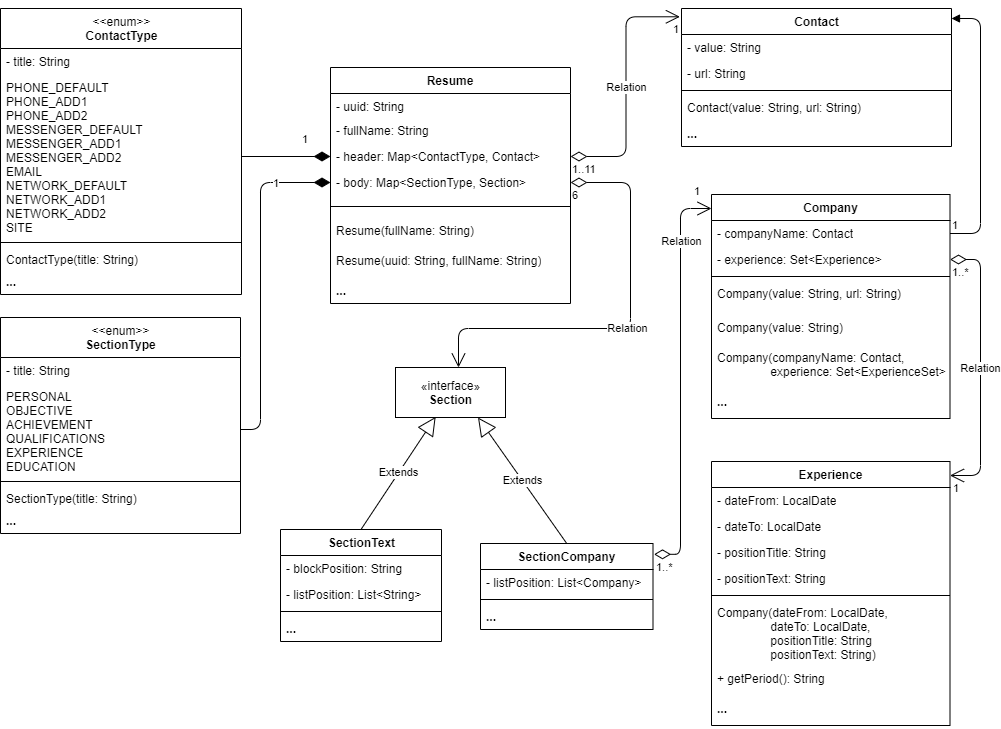
Above: Resource/ModelResume.png in Random280921/basejava (draw.io), before the change. Source tidied: cells renumbered, new cells last; positions are measured from the earlier drawing's top-left corner, leaving out a move shared by most shapes.
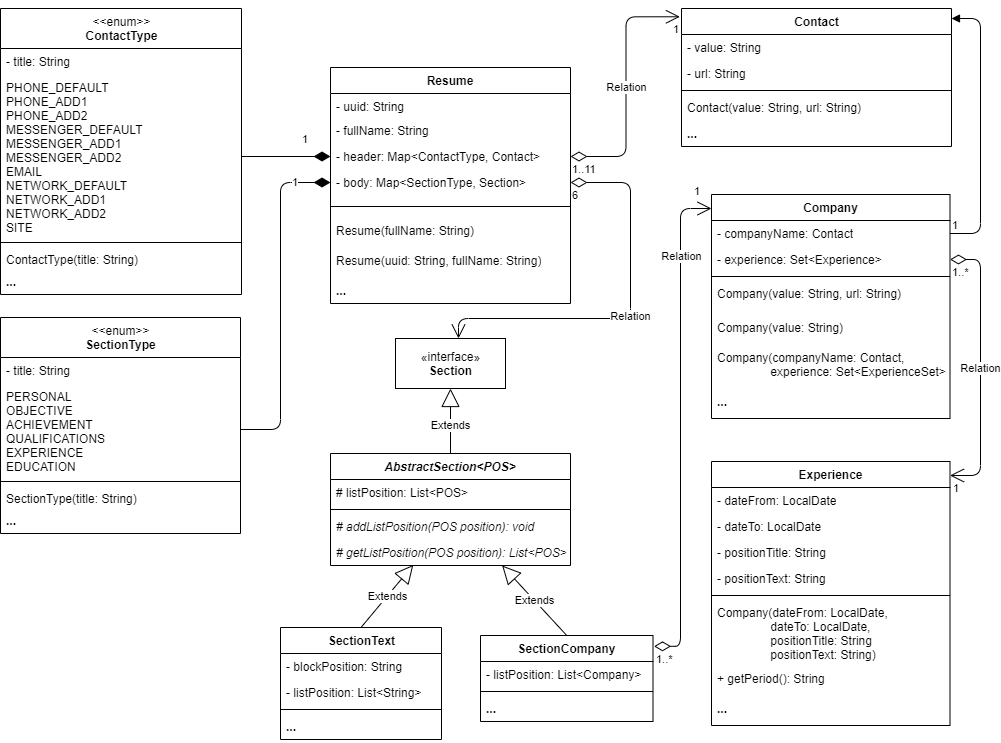
Above is the later version.

Commit message:
Урок 7: ДЗ - Model Resume - final all objects

The edit, as a diff of the source:
```diff
@@ -77,8 +77,8 @@
     <mxCell id="26" value="1" style="endArrow=none;html=1;endSize=12;startArrow=diamondThin;startSize=14;startFill=1;edgeStyle=orthogonalEdgeStyle;align=left;verticalAlign=bottom;rounded=1;strokeColor=default;strokeWidth=1;exitX=0;exitY=0.5;exitDx=0;exitDy=0;endFill=0;" parent="1" edge="1" source="6" target="22">
       <mxGeometry x="-0.65" y="10" relative="1" as="geometry">
         <Array as="points">
-          <mxPoint x="260" y="174" />
-          <mxPoint x="260" y="421" />
+          <mxPoint x="280" y="174" />
+          <mxPoint x="280" y="421" />
         </Array>
       </mxGeometry>
     </mxCell>
@@ -89,8 +89,8 @@
       <mxGeometry relative="1" as="geometry">
         <Array as="points">
           <mxPoint x="630" y="174" />
-          <mxPoint x="630" y="320" />
-          <mxPoint x="458" y="320" />
+          <mxPoint x="630" y="310" />
+          <mxPoint x="458" y="310" />
         </Array>
       </mxGeometry>
     </mxCell>
@@ -119,7 +119,7 @@
       <mxGeometry y="112" width="270" height="26" as="geometry" />
     </mxCell>
     <mxCell id="37" value="SectionText" style="swimlane;fontStyle=1;align=center;verticalAlign=top;horizontal=1;startSize=26;strokeColor=default;html=1;" parent="1" vertex="1">
-      <mxGeometry x="280" y="521" width="161" height="112" as="geometry" />
+      <mxGeometry x="280" y="619" width="161" height="112" as="geometry" />
     </mxCell>
     <mxCell id="38" value="- blockPosition: String" style="text;strokeColor=none;fillColor=none;align=left;verticalAlign=top;spacingLeft=4;spacingRight=4;overflow=hidden;html=1;" parent="37" vertex="1">
       <mxGeometry y="26" width="161" height="26" as="geometry" />
@@ -134,7 +134,7 @@
       <mxGeometry y="86" width="161" height="26" as="geometry" />
     </mxCell>
     <mxCell id="42" value="SectionCompany" style="swimlane;fontStyle=1;align=center;verticalAlign=top;horizontal=1;startSize=26;strokeColor=default;html=1;" parent="1" vertex="1">
-      <mxGeometry x="480" y="535" width="172.5" height="86" as="geometry" />
+      <mxGeometry x="480" y="627" width="172.5" height="86" as="geometry" />
     </mxCell>
     <mxCell id="43" value="- listPosition: List&amp;lt;Company&amp;gt;" style="text;strokeColor=none;fillColor=none;align=left;verticalAlign=top;spacingLeft=4;spacingRight=4;overflow=hidden;html=1;" parent="42" vertex="1">
       <mxGeometry y="26" width="172.5" height="26" as="geometry" />
@@ -183,7 +183,7 @@
     <mxCell id="56" value="Relation" style="endArrow=open;html=1;endSize=12;startArrow=diamondThin;startSize=14;startFill=0;edgeStyle=orthogonalEdgeStyle;rounded=1;strokeColor=default;strokeWidth=1;exitX=1.006;exitY=0.126;exitDx=0;exitDy=0;exitPerimeter=0;" parent="1" edge="1" source="42" target="46">
       <mxGeometry x="0.68" relative="1" as="geometry">
         <Array as="points">
-          <mxPoint x="680" y="546" />
+          <mxPoint x="680" y="638" />
           <mxPoint x="680" y="200" />
         </Array>
         <mxPoint x="1" as="offset" />
@@ -240,14 +240,32 @@
         <mxPoint x="9" as="offset" />
       </mxGeometry>
     </mxCell>
-    <mxCell id="71" value="Extends" style="endArrow=block;endSize=16;endFill=0;html=1;rounded=0;entryX=0.365;entryY=0.988;entryDx=0;entryDy=0;entryPerimeter=0;exitX=0.5;exitY=0;exitDx=0;exitDy=0;" parent="1" edge="1" source="37" target="73">
+    <mxCell id="71" value="Extends" style="endArrow=block;endSize=16;endFill=0;html=1;rounded=0;exitX=0.5;exitY=0;exitDx=0;exitDy=0;entryX=0.345;entryY=0.977;entryDx=0;entryDy=0;entryPerimeter=0;" parent="1" edge="1" source="37" target="78">
       <mxGeometry relative="1" as="geometry" />
     </mxCell>
-    <mxCell id="72" value="Extends" style="endArrow=block;endSize=16;endFill=0;html=1;rounded=0;exitX=0.5;exitY=0;exitDx=0;exitDy=0;entryX=0.75;entryY=1;entryDx=0;entryDy=0;" parent="1" edge="1" source="42" target="73">
+    <mxCell id="72" value="Extends" style="endArrow=block;endSize=16;endFill=0;html=1;rounded=0;exitX=0.5;exitY=0;exitDx=0;exitDy=0;" parent="1" edge="1" source="42" target="74">
       <mxGeometry relative="1" as="geometry" />
     </mxCell>
     <mxCell id="73" value="«interface»&lt;br&gt;&lt;b&gt;Section&lt;/b&gt;" style="html=1;" parent="1" vertex="1">
-      <mxGeometry x="395" y="359" width="110" height="50" as="geometry" />
+      <mxGeometry x="395" y="330" width="110" height="50" as="geometry" />
     </mxCell>
+    <mxCell id="74" value="AbstractSection&lt;POS&gt;" style="swimlane;fontStyle=3;align=center;verticalAlign=top;horizontal=1;startSize=26;" parent="1" vertex="1">
+      <mxGeometry x="330" y="445" width="240" height="112" as="geometry" />
+    </mxCell>
+    <mxCell id="75" value="# listPosition: List&lt;POS&gt;" style="text;strokeColor=none;fillColor=none;align=left;verticalAlign=top;spacingLeft=4;spacingRight=4;overflow=hidden;" parent="74" vertex="1">
+      <mxGeometry y="26" width="240" height="26" as="geometry" />
+    </mxCell>
+    <mxCell id="76" style="line;strokeWidth=1;fillColor=none;align=left;verticalAlign=middle;spacingTop=-1;spacingLeft=3;spacingRight=3;labelPosition=right;" parent="74" vertex="1">
+      <mxGeometry y="52" width="240" height="8" as="geometry" />
+    </mxCell>
+    <mxCell id="77" value="# addListPosition(POS position): void" style="text;strokeColor=none;fillColor=none;align=left;verticalAlign=top;spacingLeft=4;spacingRight=4;overflow=hidden;fontStyle=2;" parent="74" vertex="1">
+      <mxGeometry y="60" width="240" height="26" as="geometry" />
+    </mxCell>
+    <mxCell id="78" value="# getListPosition(POS position): List&lt;POS&gt;" style="text;strokeColor=none;fillColor=none;align=left;verticalAlign=top;spacingLeft=4;spacingRight=4;overflow=hidden;points=[[0,0.5],[1,0.5]];portConstraint=eastwest;fontStyle=2;" parent="74" vertex="1">
+      <mxGeometry y="86" width="240" height="26" as="geometry" />
+    </mxCell>
+    <mxCell id="79" value="Extends" style="endArrow=block;endSize=16;endFill=0;html=1;rounded=0;exitX=0.5;exitY=0;exitDx=0;exitDy=0;" parent="1" edge="1" source="74" target="73">
+      <mxGeometry x="-0.13" relative="1" as="geometry" />
+    </mxCell>
   </root>
 </mxGraphModel>
```
